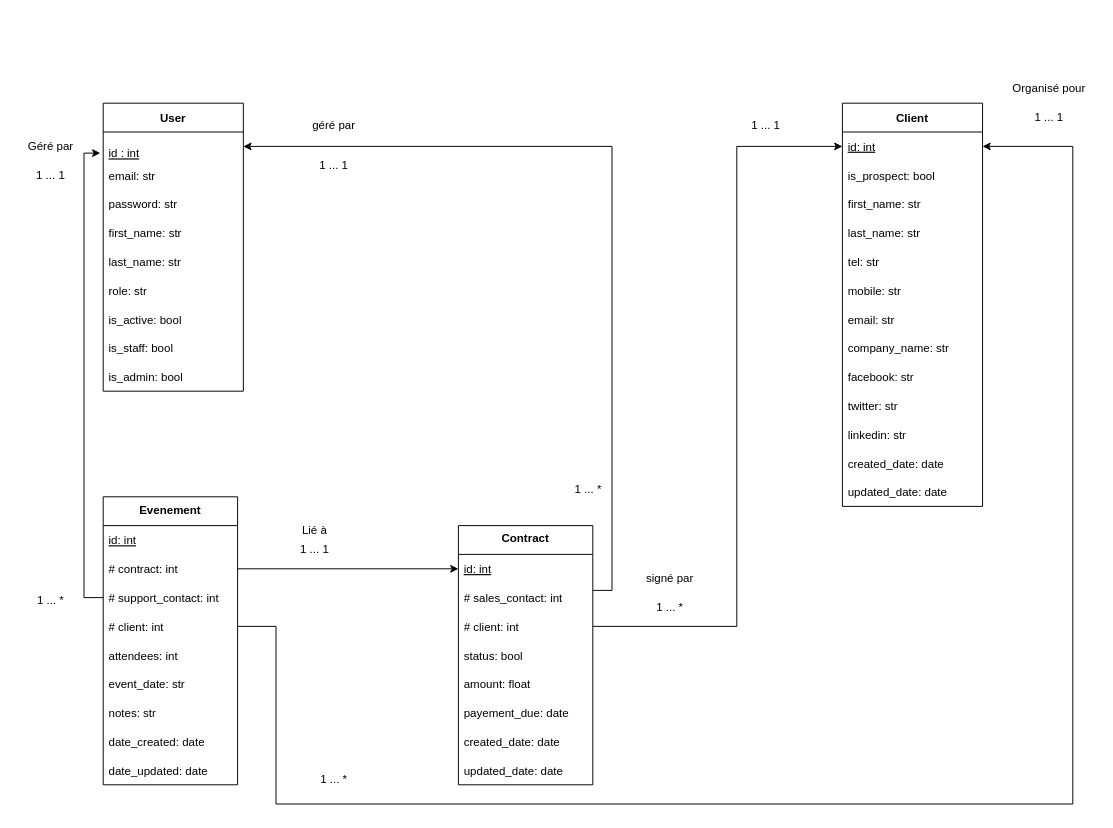
Before: projet12_editable.drawio in thomas-barbato/projet-12, a draw.io diagram. Source tidied: cells renumbered, new cells numbered last; positions are measured from the earlier drawing's top-left corner, leaving out a move shared by most shapes. Both pictures are drawn from the tidied source at 96%, with x=0, y=0 at pixel (16, 74).
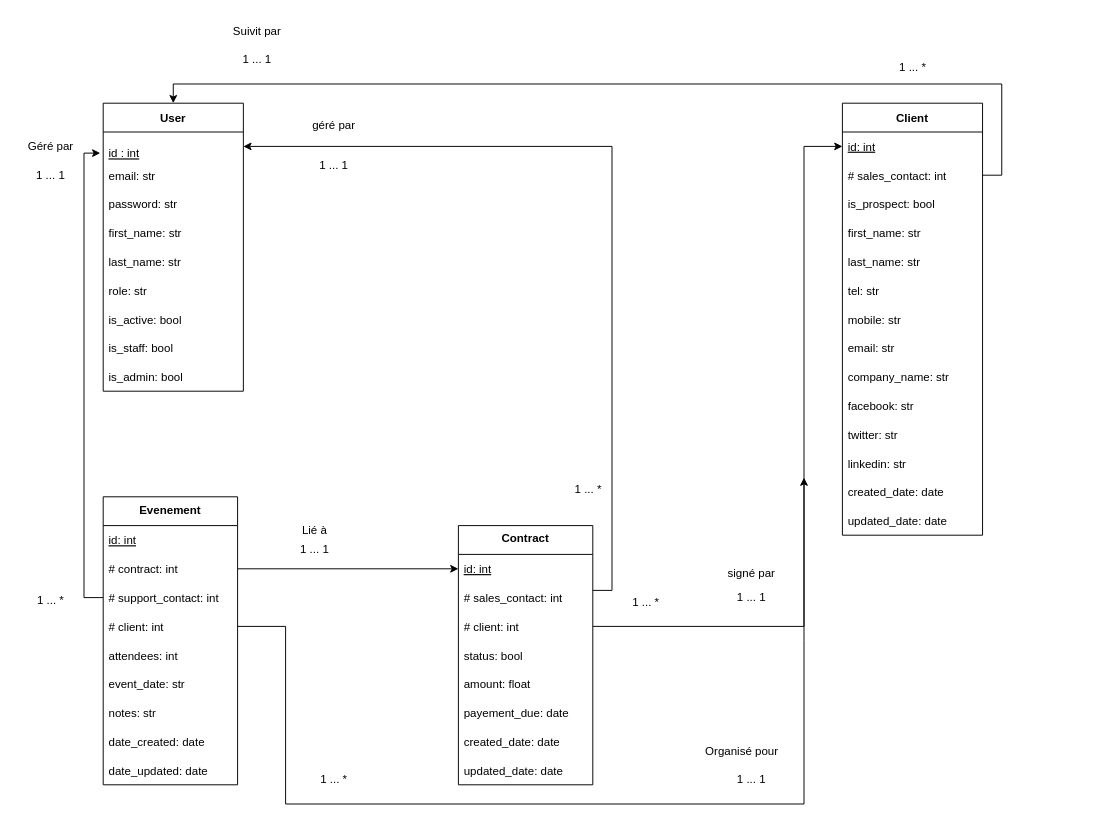
The same diagram, later.

Unchanged cells that the change refers to:
```xml
<mxCell id="3" value="Evenement&#10;" style="swimlane;fontStyle=1;horizontal=1;startSize=30;align=center;verticalAlign=top;" parent="1" vertex="1">
  <mxGeometry x="90" y="440" width="140" height="300" as="geometry" />
</mxCell>
<mxCell id="7" value="# client: int" style="text;strokeColor=none;fillColor=none;align=left;verticalAlign=middle;spacingLeft=4;spacingRight=4;overflow=hidden;points=[[0,0.5],[1,0.5]];portConstraint=eastwest;" parent="3" vertex="1">
  <mxGeometry y="120" width="140" height="30" as="geometry" />
</mxCell>
<mxCell id="17" value="# client: int" style="text;strokeColor=none;fillColor=none;align=left;verticalAlign=middle;spacingLeft=4;spacingRight=4;overflow=hidden;points=[[0,0.5],[1,0.5]];portConstraint=eastwest;" parent="14" vertex="1">
  <mxGeometry y="90" width="140" height="30" as="geometry" />
</mxCell>
<mxCell id="23" value="User" style="swimlane;fontStyle=1;horizontal=1;startSize=30;direction=east;" parent="1" vertex="1">
  <mxGeometry x="90" y="30" width="146" height="300" as="geometry" />
</mxCell>
<mxCell id="34" value="id: int" style="text;strokeColor=none;fillColor=none;align=left;verticalAlign=middle;spacingLeft=4;spacingRight=4;overflow=hidden;points=[[0,0.5],[1,0.5]];portConstraint=eastwest;fontStyle=4;" parent="33" vertex="1">
  <mxGeometry y="30" width="146" height="30" as="geometry" />
</mxCell>
```

The edit, as a diff of the source:
```diff
@@
+    <mxCell id="64" style="rounded=0;jettySize=auto;html=1;exitX=1;exitY=0.5;exitDx=0;exitDy=0;" parent="3" edge="1" source="7">
+      <mxGeometry relative="1" as="geometry">
+        <mxPoint x="730" y="-20" as="targetPoint" />
+        <Array as="points">
+          <mxPoint x="190" y="135" />
+          <mxPoint x="190" y="320" />
+          <mxPoint x="730" y="320" />
+          <mxPoint x="730" y="150" />
+        </Array>
+      </mxGeometry>
+    </mxCell>
@@
     <mxCell id="33" value="Client" style="swimlane;fontStyle=1;horizontal=1;startSize=30;" parent="1" vertex="1">
-      <mxGeometry x="860" y="30" width="146" height="420" as="geometry" />
+      <mxGeometry x="860" y="30" width="146" height="450" as="geometry" />
     </mxCell>
@@
+    <mxCell id="65" value="# sales_contact: int" style="text;strokeColor=none;fillColor=none;align=left;verticalAlign=middle;spacingLeft=4;spacingRight=4;overflow=hidden;points=[[0,0.5],[1,0.5]];portConstraint=eastwest;" parent="33" vertex="1">
+      <mxGeometry y="60" width="146" height="30" as="geometry" />
+    </mxCell>
     <mxCell id="35" value="is_prospect: bool" style="text;strokeColor=none;fillColor=none;align=left;verticalAlign=middle;spacingLeft=4;spacingRight=4;overflow=hidden;" parent="33" vertex="1">
-      <mxGeometry y="60" width="146" height="30" as="geometry" />
+      <mxGeometry y="90" width="146" height="30" as="geometry" />
     </mxCell>
     <mxCell id="36" value="first_name: str" style="text;strokeColor=none;fillColor=none;align=left;verticalAlign=middle;spacingLeft=4;spacingRight=4;overflow=hidden;" parent="33" vertex="1">
-      <mxGeometry y="90" width="146" height="30" as="geometry" />
+      <mxGeometry y="120" width="146" height="30" as="geometry" />
     </mxCell>
     <mxCell id="37" value="last_name: str" style="text;strokeColor=none;fillColor=none;align=left;verticalAlign=middle;spacingLeft=4;spacingRight=4;overflow=hidden;" parent="33" vertex="1">
-      <mxGeometry y="120" width="146" height="30" as="geometry" />
+      <mxGeometry y="150" width="146" height="30" as="geometry" />
     </mxCell>
     <mxCell id="38" value="tel: str" style="text;strokeColor=none;fillColor=none;align=left;verticalAlign=middle;spacingLeft=4;spacingRight=4;overflow=hidden;fontStyle=0;" parent="33" vertex="1">
-      <mxGeometry y="150" width="146" height="30" as="geometry" />
+      <mxGeometry y="180" width="146" height="30" as="geometry" />
     </mxCell>
     <mxCell id="39" value="mobile: str" style="text;strokeColor=none;fillColor=none;align=left;verticalAlign=middle;spacingLeft=4;spacingRight=4;overflow=hidden;fontStyle=0;" parent="33" vertex="1">
-      <mxGeometry y="180" width="146" height="30" as="geometry" />
+      <mxGeometry y="210" width="146" height="30" as="geometry" />
     </mxCell>
     <mxCell id="40" value="email: str" style="text;strokeColor=none;fillColor=none;align=left;verticalAlign=middle;spacingLeft=4;spacingRight=4;overflow=hidden;fontStyle=0;" parent="33" vertex="1">
-      <mxGeometry y="210" width="146" height="30" as="geometry" />
+      <mxGeometry y="240" width="146" height="30" as="geometry" />
     </mxCell>
     <mxCell id="41" value="company_name: str" style="text;strokeColor=none;fillColor=none;align=left;verticalAlign=middle;spacingLeft=4;spacingRight=4;overflow=hidden;fontStyle=0;" parent="33" vertex="1">
-      <mxGeometry y="240" width="146" height="30" as="geometry" />
+      <mxGeometry y="270" width="146" height="30" as="geometry" />
     </mxCell>
     <mxCell id="42" value="facebook: str" style="text;strokeColor=none;fillColor=none;align=left;verticalAlign=middle;spacingLeft=4;spacingRight=4;overflow=hidden;fontStyle=0;" parent="33" vertex="1">
-      <mxGeometry y="270" width="146" height="30" as="geometry" />
+      <mxGeometry y="300" width="146" height="30" as="geometry" />
     </mxCell>
     <mxCell id="43" value="twitter: str" style="text;strokeColor=none;fillColor=none;align=left;verticalAlign=middle;spacingLeft=4;spacingRight=4;overflow=hidden;fontStyle=0;" parent="33" vertex="1">
-      <mxGeometry y="300" width="146" height="30" as="geometry" />
+      <mxGeometry y="330" width="146" height="30" as="geometry" />
     </mxCell>
     <mxCell id="44" value="linkedin: str" style="text;strokeColor=none;fillColor=none;align=left;verticalAlign=middle;spacingLeft=4;spacingRight=4;overflow=hidden;fontStyle=0;" parent="33" vertex="1">
-      <mxGeometry y="330" width="146" height="30" as="geometry" />
+      <mxGeometry y="360" width="146" height="30" as="geometry" />
     </mxCell>
     <mxCell id="45" value="created_date: date" style="text;strokeColor=none;fillColor=none;align=left;verticalAlign=middle;spacingLeft=4;spacingRight=4;overflow=hidden;fontStyle=0;" parent="33" vertex="1">
-      <mxGeometry y="360" width="146" height="30" as="geometry" />
+      <mxGeometry y="390" width="146" height="30" as="geometry" />
     </mxCell>
     <mxCell id="46" value="updated_date: date" style="text;strokeColor=none;fillColor=none;align=left;verticalAlign=middle;spacingLeft=4;spacingRight=4;overflow=hidden;fontStyle=0;" parent="33" vertex="1">
-      <mxGeometry y="390" width="146" height="30" as="geometry" />
+      <mxGeometry y="420" width="146" height="30" as="geometry" />
     </mxCell>
-    <mxCell id="47" style="edgeStyle=orthogonalEdgeStyle;rounded=0;jettySize=auto;html=1;exitX=1;exitY=0.5;exitDx=0;exitDy=0;entryX=1;entryY=0.5;entryDx=0;entryDy=0;" parent="1" edge="1" source="7" target="34">
-      <mxGeometry relative="1" as="geometry">
-        <Array as="points">
-          <mxPoint x="270" y="575" />
-          <mxPoint x="270" y="760" />
-          <mxPoint x="1100" y="760" />
-          <mxPoint x="1100" y="75" />
-        </Array>
-      </mxGeometry>
-    </mxCell>
@@
     <mxCell id="51" style="edgeStyle=orthogonalEdgeStyle;rounded=0;jettySize=auto;html=1;exitX=1;exitY=0.5;exitDx=0;exitDy=0;entryX=0;entryY=0.5;entryDx=0;entryDy=0;" parent="1" edge="1" source="17" target="34">
       <mxGeometry relative="1" as="geometry">
         <Array as="points">
-          <mxPoint x="750" y="575" />
-          <mxPoint x="750" y="75" />
+          <mxPoint x="820" y="575" />
+          <mxPoint x="820" y="75" />
         </Array>
       </mxGeometry>
     </mxCell>
@@
     <mxCell id="54" value="Organisé pour" style="text;html=1;align=center;verticalAlign=middle;strokeColor=none;fillColor=none;" parent="1" vertex="1">
-      <mxGeometry x="1025" width="100" height="30" as="geometry" />
+      <mxGeometry x="705" y="690" width="100" height="30" as="geometry" />
     </mxCell>
     <mxCell id="55" value="1 ... 1" style="text;html=1;align=center;verticalAlign=middle;strokeColor=none;fillColor=none;" parent="1" vertex="1">
-      <mxGeometry x="1050" y="30" width="50" height="30" as="geometry" />
+      <mxGeometry x="740" y="720" width="50" height="30" as="geometry" />
     </mxCell>
     <mxCell id="56" value="1 ... *" style="text;html=1;align=center;verticalAlign=middle;strokeColor=none;fillColor=none;" parent="1" vertex="1">
-      <mxGeometry x="655" y="540" width="50" height="30" as="geometry" />
+      <mxGeometry x="630" y="535" width="50" height="30" as="geometry" />
     </mxCell>
     <mxCell id="57" value="signé par" style="text;html=1;align=center;verticalAlign=middle;strokeColor=none;fillColor=none;" parent="1" vertex="1">
-      <mxGeometry x="640" y="510" width="80" height="30" as="geometry" />
+      <mxGeometry x="725" y="505" width="80" height="30" as="geometry" />
     </mxCell>
@@
     <mxCell id="63" value="1 ... 1" style="text;html=1;align=center;verticalAlign=middle;strokeColor=none;fillColor=none;" parent="1" vertex="1">
-      <mxGeometry x="755" y="38" width="50" height="30" as="geometry" />
+      <mxGeometry x="740" y="530" width="50" height="30" as="geometry" />
     </mxCell>
+    <mxCell id="66" style="edgeStyle=orthogonalEdgeStyle;rounded=0;jettySize=auto;html=1;exitX=1;exitY=0.5;exitDx=0;exitDy=0;entryX=0.5;entryY=0;entryDx=0;entryDy=0;" parent="1" edge="1" source="65" target="23">
+      <mxGeometry relative="1" as="geometry">
+        <Array as="points">
+          <mxPoint x="1026" y="105" />
+          <mxPoint x="1026" y="10" />
+          <mxPoint x="163" y="10" />
+        </Array>
+      </mxGeometry>
+    </mxCell>
+    <mxCell id="67" value="Suivit par" style="text;html=1;align=center;verticalAlign=middle;strokeColor=none;fillColor=none;" parent="1" vertex="1">
+      <mxGeometry x="215" y="-60" width="70" height="30" as="geometry" />
+    </mxCell>
+    <mxCell id="68" value="1 ... 1" style="text;html=1;align=center;verticalAlign=middle;strokeColor=none;fillColor=none;" parent="1" vertex="1">
+      <mxGeometry x="225" y="-30" width="50" height="30" as="geometry" />
+    </mxCell>
+    <mxCell id="69" value="&lt;div&gt;1 ... *&lt;/div&gt;&lt;div&gt;&lt;br&gt;&lt;/div&gt;" style="text;html=1;align=center;verticalAlign=middle;strokeColor=none;fillColor=none;" parent="1" vertex="1">
+      <mxGeometry x="908" y="-20" width="50" height="40" as="geometry" />
+    </mxCell>
```
